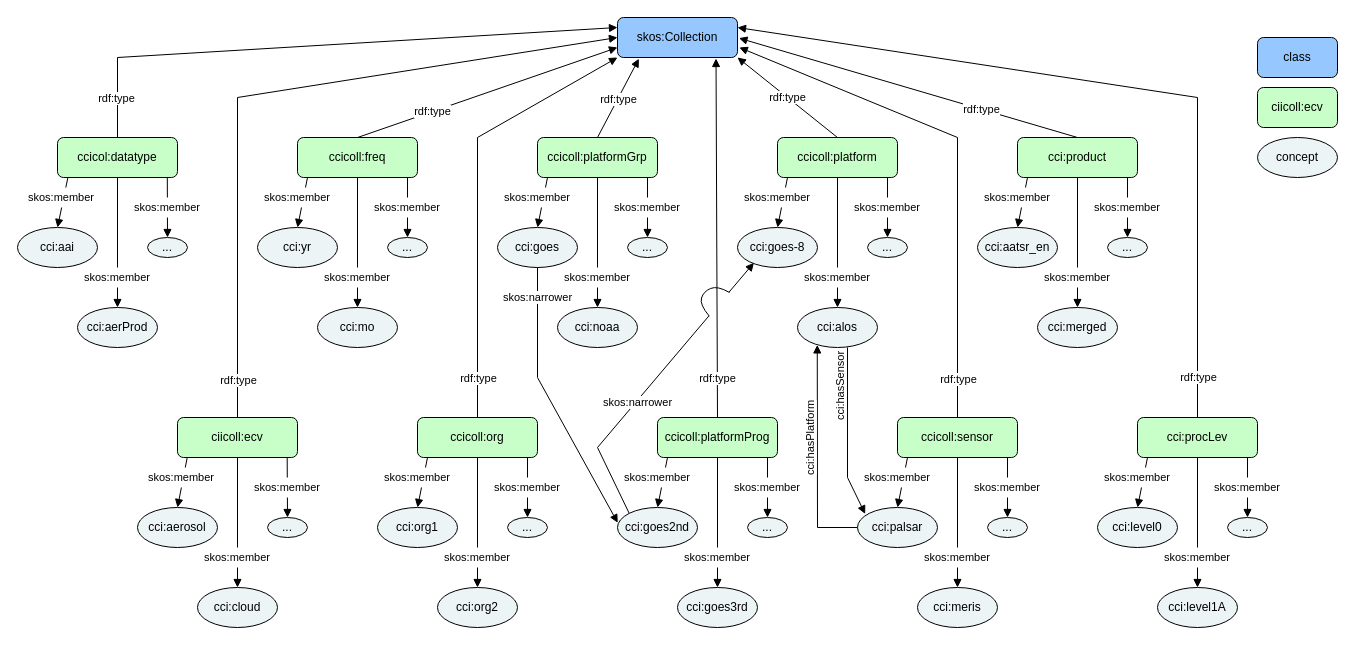
Earlier version of the draw.io diagram diagrams/collection.drawio (cedadev/cci-vocabularies). Source tidied: cells renumbered, new cells numbered last; positions are measured from the earlier drawing's top-left corner, leaving out a move shared by most shapes. Both pictures are drawn from the tidied source at 100%, with x=0, y=0 at pixel (17, 17).
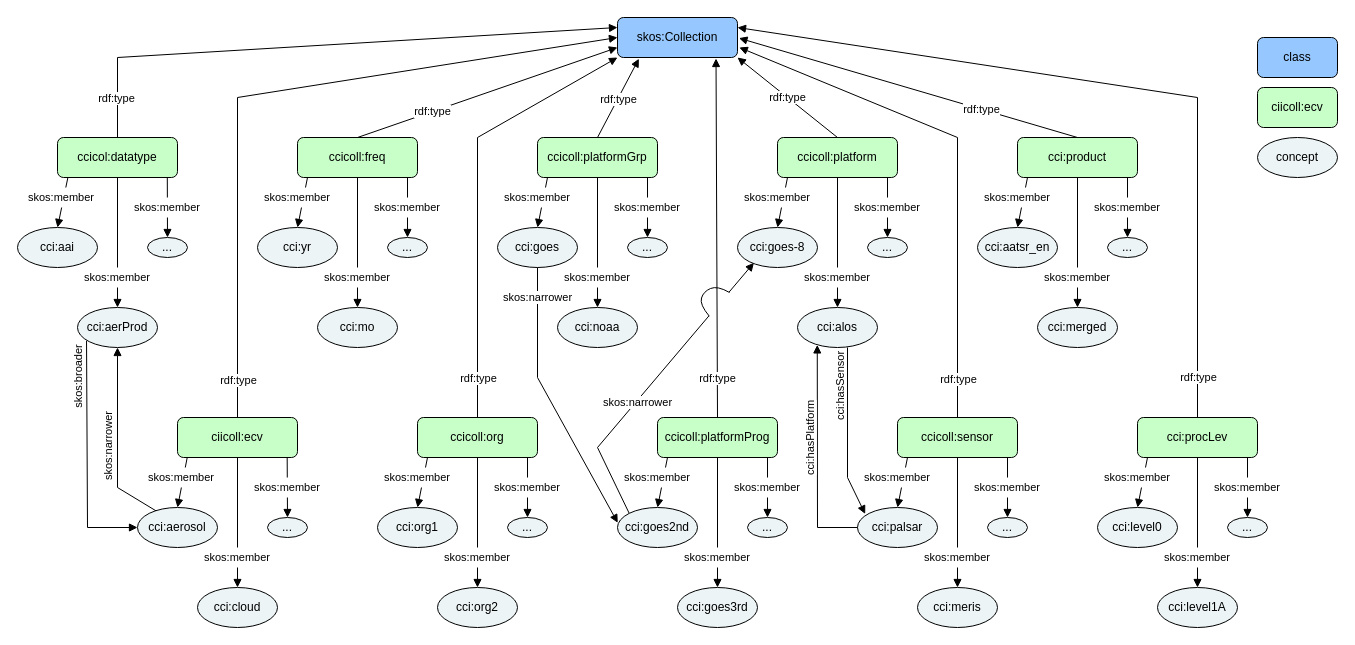
After the change.

Commit message (it also covers changes not shown here):
add dataType - ECV relationship to collections svg

Unchanged cells that the change refers to:
```xml
<mxCell id="13" value="cci:aerosol" style="ellipse;whiteSpace=wrap;html=1;fillColor=light-dark(#edf4f6, #ededed);" parent="11" vertex="1">
  <mxGeometry y="40" width="80" height="40" as="geometry" />
</mxCell>
<mxCell id="158" value="cci:aerProd" style="ellipse;whiteSpace=wrap;html=1;fillColor=light-dark(#edf4f6, #ededed);" parent="157" vertex="1">
  <mxGeometry x="60" y="120" width="80" height="40" as="geometry" />
</mxCell>
```

Diff of the diagram source:
```diff
@@
+    <mxCell id="164" style="endArrow=block;html=1;rounded=0;endFill=1;entryX=0;entryY=0.5;entryDx=0;entryDy=0;exitX=0.113;exitY=0.833;exitDx=0;exitDy=0;exitPerimeter=0;" parent="1" edge="1" source="158" target="13">
+      <mxGeometry relative="1" as="geometry">
+        <Array as="points">
+          <mxPoint x="70" y="510" />
+        </Array>
+      </mxGeometry>
+    </mxCell>
+    <mxCell id="165" value="skos:broader" style="edgeLabel;html=1;align=center;verticalAlign=middle;rotation=-90;" parent="164" vertex="1">
+      <mxGeometry x="-0.74" relative="1" as="geometry">
+        <mxPoint x="-9" y="6" as="offset" />
+      </mxGeometry>
+    </mxCell>
+    <mxCell id="166" style="endArrow=block;html=1;rounded=0;endFill=1;exitX=0.232;exitY=0.084;exitDx=0;exitDy=0;exitPerimeter=0;entryX=0.5;entryY=1;entryDx=0;entryDy=0;" parent="1" edge="1" source="13" target="158">
+      <mxGeometry relative="1" as="geometry">
+        <Array as="points">
+          <mxPoint x="100" y="470" />
+        </Array>
+      </mxGeometry>
+    </mxCell>
+    <mxCell id="167" value="skos:narrower" style="edgeLabel;html=1;align=center;verticalAlign=middle;rotation=-90;" parent="166" vertex="1">
+      <mxGeometry x="-0.31" relative="1" as="geometry">
+        <mxPoint x="-10" y="-21" as="offset" />
+      </mxGeometry>
+    </mxCell>
```
